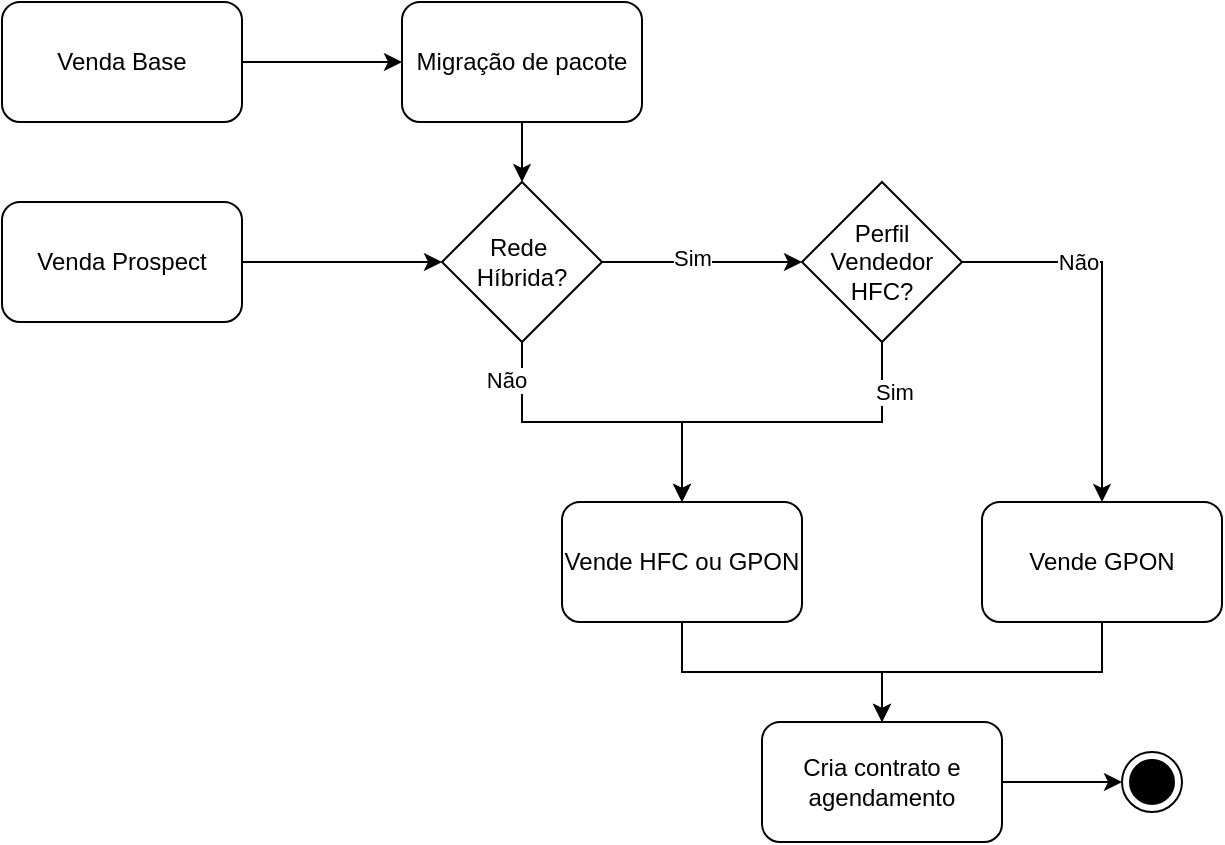
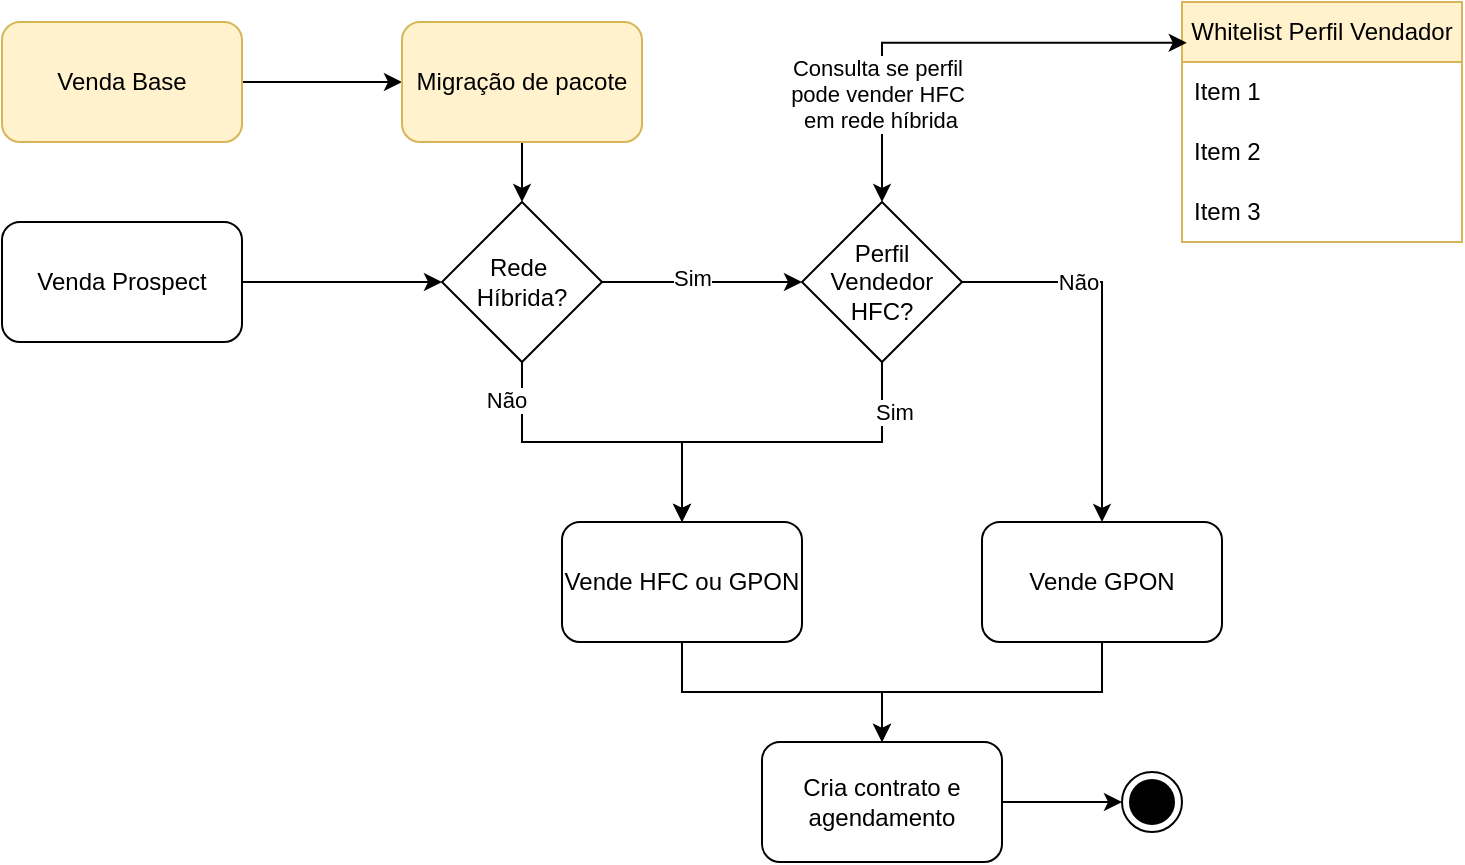
<mxfile host="app.diagrams.net">
  <diagram name="Página-1" id="3kMgELetRidybpeUExiU">
    <mxGraphModel dx="1030" dy="527" grid="1" gridSize="10" guides="1" tooltips="1" connect="1" arrows="1" fold="1" page="1" pageScale="1" pageWidth="827" pageHeight="1169" math="0" shadow="0">
      <root>
        <mxCell id="0" />
        <mxCell id="1" parent="0" />
        <mxCell id="n1KzrClI_lz3JJP6-aaw-4" edge="1" parent="1" source="n1KzrClI_lz3JJP6-aaw-1" style="edgeStyle=orthogonalEdgeStyle;rounded=0;orthogonalLoop=1;jettySize=auto;html=1;" target="n1KzrClI_lz3JJP6-aaw-7" value="">
          <mxGeometry relative="1" as="geometry">
            <mxPoint x="280" y="200" as="targetPoint" />
          </mxGeometry>
        </mxCell>
        <mxCell id="n1KzrClI_lz3JJP6-aaw-1" parent="1" style="rounded=1;whiteSpace=wrap;html=1;" value="Venda Prospect" vertex="1">
          <mxGeometry height="60" width="120" x="80" y="170" as="geometry" />
        </mxCell>
        <mxCell id="n1KzrClI_lz3JJP6-aaw-9" edge="1" parent="1" source="n1KzrClI_lz3JJP6-aaw-7" style="edgeStyle=orthogonalEdgeStyle;rounded=0;orthogonalLoop=1;jettySize=auto;html=1;entryX=0;entryY=0.5;entryDx=0;entryDy=0;" target="n1KzrClI_lz3JJP6-aaw-10" value="">
          <mxGeometry relative="1" as="geometry">
            <mxPoint x="440" y="200" as="targetPoint" />
          </mxGeometry>
        </mxCell>
        <mxCell id="n1KzrClI_lz3JJP6-aaw-14" connectable="0" parent="n1KzrClI_lz3JJP6-aaw-9" style="edgeLabel;html=1;align=center;verticalAlign=middle;resizable=0;points=[];" value="Sim" vertex="1">
          <mxGeometry relative="1" x="-0.1" y="2" as="geometry">
            <mxPoint as="offset" />
          </mxGeometry>
        </mxCell>
        <mxCell id="n1KzrClI_lz3JJP6-aaw-17" edge="1" parent="1" source="n1KzrClI_lz3JJP6-aaw-7" style="edgeStyle=orthogonalEdgeStyle;rounded=0;orthogonalLoop=1;jettySize=auto;html=1;entryX=0.5;entryY=0;entryDx=0;entryDy=0;" target="n1KzrClI_lz3JJP6-aaw-13">
          <mxGeometry relative="1" as="geometry" />
        </mxCell>
        <mxCell id="n1KzrClI_lz3JJP6-aaw-18" connectable="0" parent="n1KzrClI_lz3JJP6-aaw-17" style="edgeLabel;html=1;align=center;verticalAlign=middle;resizable=0;points=[];" value="Não" vertex="1">
          <mxGeometry relative="1" x="-0.536" y="-3" as="geometry">
            <mxPoint x="-5" y="-18" as="offset" />
          </mxGeometry>
        </mxCell>
        <mxCell id="n1KzrClI_lz3JJP6-aaw-7" parent="1" style="rhombus;whiteSpace=wrap;html=1;" value="Rede&amp;nbsp;&lt;div&gt;Híbrida?&lt;/div&gt;" vertex="1">
          <mxGeometry height="80" width="80" x="300" y="160" as="geometry" />
        </mxCell>
        <mxCell id="n1KzrClI_lz3JJP6-aaw-19" edge="1" parent="1" source="n1KzrClI_lz3JJP6-aaw-10" style="edgeStyle=orthogonalEdgeStyle;rounded=0;orthogonalLoop=1;jettySize=auto;html=1;" target="n1KzrClI_lz3JJP6-aaw-16">
          <mxGeometry relative="1" as="geometry" />
        </mxCell>
        <mxCell id="n1KzrClI_lz3JJP6-aaw-20" connectable="0" parent="n1KzrClI_lz3JJP6-aaw-19" style="edgeLabel;html=1;align=center;verticalAlign=middle;resizable=0;points=[];" value="Não" vertex="1">
          <mxGeometry relative="1" x="-0.3895" as="geometry">
            <mxPoint as="offset" />
          </mxGeometry>
        </mxCell>
        <mxCell id="n1KzrClI_lz3JJP6-aaw-22" edge="1" parent="1" source="n1KzrClI_lz3JJP6-aaw-10" style="edgeStyle=orthogonalEdgeStyle;rounded=0;orthogonalLoop=1;jettySize=auto;html=1;entryX=0.5;entryY=0;entryDx=0;entryDy=0;" target="n1KzrClI_lz3JJP6-aaw-13">
          <mxGeometry relative="1" as="geometry" />
        </mxCell>
        <mxCell id="n1KzrClI_lz3JJP6-aaw-23" connectable="0" parent="n1KzrClI_lz3JJP6-aaw-22" style="edgeLabel;html=1;align=center;verticalAlign=middle;resizable=0;points=[];" value="Sim" vertex="1">
          <mxGeometry relative="1" x="-0.3733" y="3" as="geometry">
            <mxPoint x="22" y="-18" as="offset" />
          </mxGeometry>
        </mxCell>
        <mxCell id="n1KzrClI_lz3JJP6-aaw-10" parent="1" style="rhombus;whiteSpace=wrap;html=1;" value="Perfil Vendedor HFC?" vertex="1">
          <mxGeometry height="80" width="80" x="480" y="160" as="geometry" />
        </mxCell>
        <mxCell id="n1KzrClI_lz3JJP6-aaw-25" edge="1" parent="1" source="n1KzrClI_lz3JJP6-aaw-13" style="edgeStyle=orthogonalEdgeStyle;rounded=0;orthogonalLoop=1;jettySize=auto;html=1;entryX=0.5;entryY=0;entryDx=0;entryDy=0;" target="n1KzrClI_lz3JJP6-aaw-24">
          <mxGeometry relative="1" as="geometry" />
        </mxCell>
        <mxCell id="n1KzrClI_lz3JJP6-aaw-13" parent="1" style="rounded=1;whiteSpace=wrap;html=1;" value="Vende HFC ou GPON" vertex="1">
          <mxGeometry height="60" width="120" x="360" y="320" as="geometry" />
        </mxCell>
        <mxCell id="n1KzrClI_lz3JJP6-aaw-26" edge="1" parent="1" source="n1KzrClI_lz3JJP6-aaw-16" style="edgeStyle=orthogonalEdgeStyle;rounded=0;orthogonalLoop=1;jettySize=auto;html=1;" target="n1KzrClI_lz3JJP6-aaw-24">
          <mxGeometry relative="1" as="geometry" />
        </mxCell>
        <mxCell id="n1KzrClI_lz3JJP6-aaw-16" parent="1" style="rounded=1;whiteSpace=wrap;html=1;" value="Vende GPON" vertex="1">
          <mxGeometry height="60" width="120" x="570" y="320" as="geometry" />
        </mxCell>
        <mxCell id="n1KzrClI_lz3JJP6-aaw-28" edge="1" parent="1" source="n1KzrClI_lz3JJP6-aaw-24" style="edgeStyle=orthogonalEdgeStyle;rounded=0;orthogonalLoop=1;jettySize=auto;html=1;" target="n1KzrClI_lz3JJP6-aaw-27">
          <mxGeometry relative="1" as="geometry" />
        </mxCell>
        <mxCell id="n1KzrClI_lz3JJP6-aaw-24" parent="1" style="rounded=1;whiteSpace=wrap;html=1;" value="Cria contrato e agendamento" vertex="1">
          <mxGeometry height="60" width="120" x="460" y="430" as="geometry" />
        </mxCell>
        <mxCell id="n1KzrClI_lz3JJP6-aaw-27" parent="1" style="ellipse;html=1;shape=endState;fillColor=strokeColor;" value="" vertex="1">
          <mxGeometry height="30" width="30" x="640" y="445" as="geometry" />
        </mxCell>
        <mxCell id="dcD2vmRarh8q4XiA1lDF-3" edge="1" parent="1" source="dcD2vmRarh8q4XiA1lDF-1" style="edgeStyle=orthogonalEdgeStyle;rounded=0;orthogonalLoop=1;jettySize=auto;html=1;" target="dcD2vmRarh8q4XiA1lDF-2" value="">
          <mxGeometry relative="1" as="geometry" />
        </mxCell>
-         <mxCell id="dcD2vmRarh8q4XiA1lDF-1" parent="1" style="rounded=1;whiteSpace=wrap;html=1;" value="Venda Base" vertex="1">
+         <mxCell id="dcD2vmRarh8q4XiA1lDF-1" parent="1" style="rounded=1;whiteSpace=wrap;html=1;fillColor=#fff2cc;strokeColor=#d6b656;" value="Venda Base" vertex="1">
          <mxGeometry height="60" width="120" x="80" y="70" as="geometry" />
        </mxCell>
        <mxCell id="dcD2vmRarh8q4XiA1lDF-4" edge="1" parent="1" source="dcD2vmRarh8q4XiA1lDF-2" style="edgeStyle=orthogonalEdgeStyle;rounded=0;orthogonalLoop=1;jettySize=auto;html=1;entryX=0.5;entryY=0;entryDx=0;entryDy=0;" target="n1KzrClI_lz3JJP6-aaw-7">
          <mxGeometry relative="1" as="geometry" />
        </mxCell>
-         <mxCell id="dcD2vmRarh8q4XiA1lDF-2" parent="1" style="rounded=1;whiteSpace=wrap;html=1;" value="Migração de pacote" vertex="1">
+         <mxCell id="dcD2vmRarh8q4XiA1lDF-2" parent="1" style="rounded=1;whiteSpace=wrap;html=1;fillColor=#fff2cc;strokeColor=#d6b656;" value="Migração de pacote" vertex="1">
          <mxGeometry height="60" width="120" x="280" y="70" as="geometry" />
+         </mxCell>
+         <mxCell id="dcD2vmRarh8q4XiA1lDF-5" parent="1" style="swimlane;fontStyle=0;childLayout=stackLayout;horizontal=1;startSize=30;horizontalStack=0;resizeParent=1;resizeParentMax=0;resizeLast=0;collapsible=1;marginBottom=0;whiteSpace=wrap;html=1;fillColor=#fff2cc;strokeColor=#d6b656;" value="Whitelist Perfil Vendador" vertex="1">
+           <mxGeometry height="120" width="140" x="670" y="60" as="geometry" />
+         </mxCell>
+         <mxCell id="dcD2vmRarh8q4XiA1lDF-6" parent="dcD2vmRarh8q4XiA1lDF-5" style="text;strokeColor=none;fillColor=none;align=left;verticalAlign=middle;spacingLeft=4;spacingRight=4;overflow=hidden;points=[[0,0.5],[1,0.5]];portConstraint=eastwest;rotatable=0;whiteSpace=wrap;html=1;" value="Item 1" vertex="1">
+           <mxGeometry height="30" width="140" y="30" as="geometry" />
+         </mxCell>
+         <mxCell id="dcD2vmRarh8q4XiA1lDF-7" parent="dcD2vmRarh8q4XiA1lDF-5" style="text;strokeColor=none;fillColor=none;align=left;verticalAlign=middle;spacingLeft=4;spacingRight=4;overflow=hidden;points=[[0,0.5],[1,0.5]];portConstraint=eastwest;rotatable=0;whiteSpace=wrap;html=1;" value="Item 2" vertex="1">
+           <mxGeometry height="30" width="140" y="60" as="geometry" />
+         </mxCell>
+         <mxCell id="dcD2vmRarh8q4XiA1lDF-8" parent="dcD2vmRarh8q4XiA1lDF-5" style="text;strokeColor=none;fillColor=none;align=left;verticalAlign=middle;spacingLeft=4;spacingRight=4;overflow=hidden;points=[[0,0.5],[1,0.5]];portConstraint=eastwest;rotatable=0;whiteSpace=wrap;html=1;" value="Item 3" vertex="1">
+           <mxGeometry height="30" width="140" y="90" as="geometry" />
+         </mxCell>
+         <mxCell id="dcD2vmRarh8q4XiA1lDF-9" edge="1" parent="1" source="n1KzrClI_lz3JJP6-aaw-10" style="edgeStyle=orthogonalEdgeStyle;rounded=0;orthogonalLoop=1;jettySize=auto;html=1;entryX=0.017;entryY=0.17;entryDx=0;entryDy=0;entryPerimeter=0;startArrow=classic;startFill=1;" target="dcD2vmRarh8q4XiA1lDF-5">
+           <mxGeometry relative="1" as="geometry">
+             <Array as="points">
+               <mxPoint x="520" y="80" />
+             </Array>
+           </mxGeometry>
+         </mxCell>
+         <mxCell id="dcD2vmRarh8q4XiA1lDF-10" connectable="0" parent="dcD2vmRarh8q4XiA1lDF-9" style="edgeLabel;html=1;align=center;verticalAlign=middle;resizable=0;points=[];" value="Consulta se perfil&amp;nbsp;&lt;div&gt;pode vender HFC&amp;nbsp;&lt;/div&gt;&lt;div&gt;em rede híbrida&lt;/div&gt;" vertex="1">
+           <mxGeometry relative="1" x="-0.5293" y="1" as="geometry">
+             <mxPoint as="offset" />
+           </mxGeometry>
        </mxCell>
      </root>
    </mxGraphModel>
  </diagram>
</mxfile>
